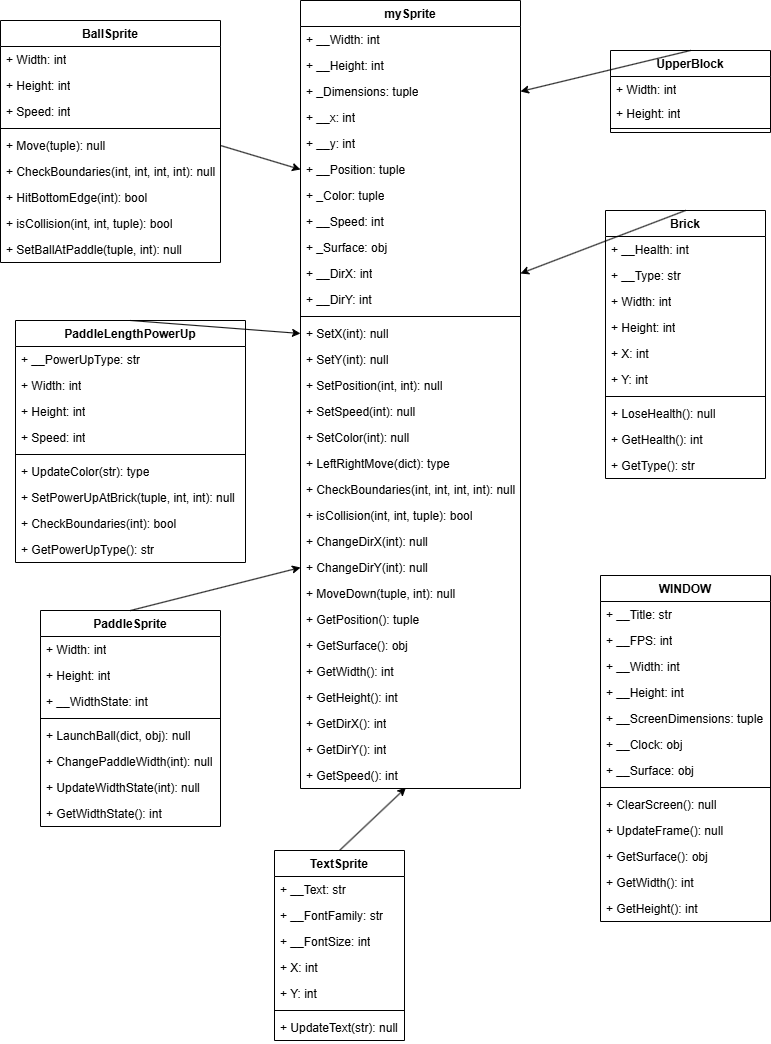
Above: Images/Brick Breaker UML Tables.drawio.png in IJustinChan/Brick-Breaker (draw.io), before the change. Source tidied: cells renumbered, new cells last; positions are measured from the earlier drawing's top-left corner, leaving out a move shared by most shapes.
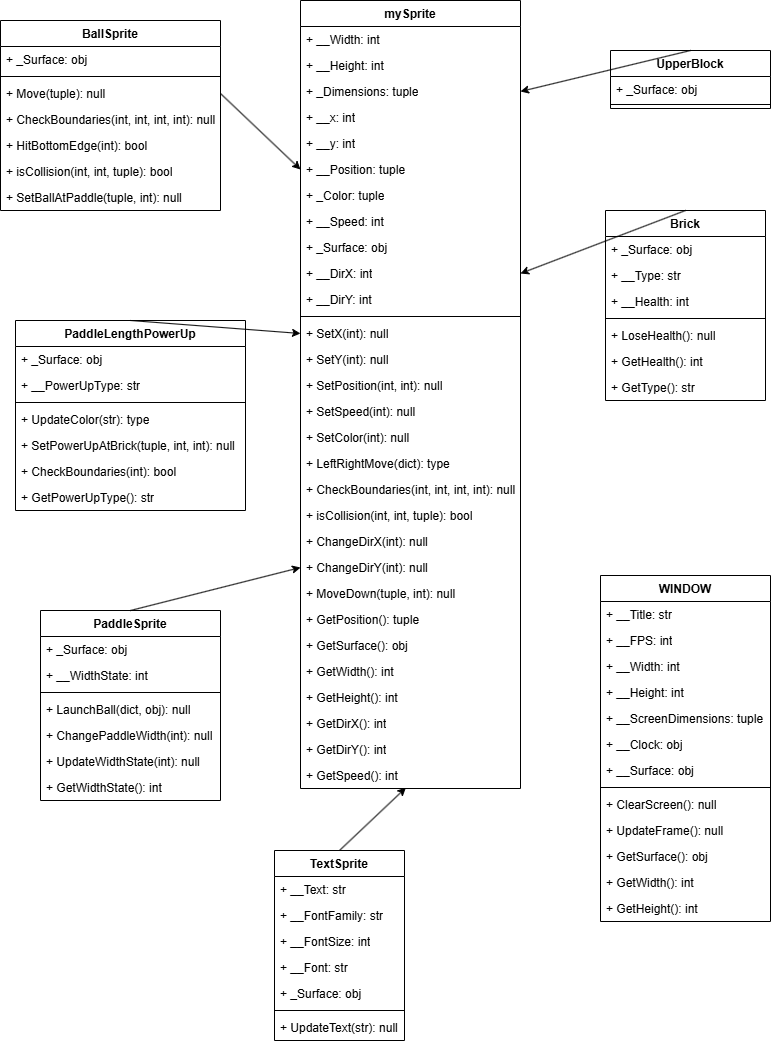
The same file after the commit.

Commit message:
edited flowchart and uml tables

Change to the diagram source:
```diff
@@ -138,34 +138,28 @@
       <mxGeometry y="320" width="170" height="26" as="geometry" />
     </mxCell>
     <mxCell id="47" value="BallSprite" style="swimlane;fontStyle=1;align=center;verticalAlign=top;horizontal=1;startSize=26;whiteSpace=wrap;html=1;" parent="1" vertex="1">
-      <mxGeometry y="20" width="220" height="242" as="geometry" />
+      <mxGeometry y="20" width="220" height="190" as="geometry" />
     </mxCell>
-    <mxCell id="48" value="+ Width: int" style="text;strokeColor=none;fillColor=none;align=left;verticalAlign=top;spacingLeft=4;spacingRight=4;overflow=hidden;whiteSpace=wrap;html=1;" parent="47" vertex="1">
-      <mxGeometry y="26" width="220" height="26" as="geometry" />
-    </mxCell>
-    <mxCell id="49" value="+ Height: int" style="text;strokeColor=none;fillColor=none;align=left;verticalAlign=top;spacingLeft=4;spacingRight=4;overflow=hidden;whiteSpace=wrap;html=1;" parent="47" vertex="1">
-      <mxGeometry y="52" width="220" height="26" as="geometry" />
+    <mxCell id="49" value="+ _Surface: obj" style="text;strokeColor=none;fillColor=none;align=left;verticalAlign=top;spacingLeft=4;spacingRight=4;overflow=hidden;whiteSpace=wrap;html=1;" parent="47" vertex="1">
+      <mxGeometry y="26" width="220" height="26" as="geometry" />
     </mxCell>
-    <mxCell id="50" value="+ Speed: int" style="text;strokeColor=none;fillColor=none;align=left;verticalAlign=top;spacingLeft=4;spacingRight=4;overflow=hidden;whiteSpace=wrap;html=1;" parent="47" vertex="1">
-      <mxGeometry y="78" width="220" height="26" as="geometry" />
-    </mxCell>
     <mxCell id="51" style="line;strokeWidth=1;fillColor=none;align=left;verticalAlign=middle;spacingTop=-1;spacingLeft=3;spacingRight=3;labelPosition=right;strokeColor=inherit;" parent="47" vertex="1">
-      <mxGeometry y="104" width="220" height="8" as="geometry" />
+      <mxGeometry y="52" width="220" height="8" as="geometry" />
     </mxCell>
     <mxCell id="52" value="+ Move(tuple): null" style="text;strokeColor=none;fillColor=none;align=left;verticalAlign=top;spacingLeft=4;spacingRight=4;overflow=hidden;points=[[0,0.5],[1,0.5]];portConstraint=eastwest;whiteSpace=wrap;html=1;" parent="47" vertex="1">
-      <mxGeometry y="112" width="220" height="26" as="geometry" />
+      <mxGeometry y="60" width="220" height="26" as="geometry" />
     </mxCell>
     <mxCell id="53" value="+ CheckBoundaries(int, int, int, int): null" style="text;strokeColor=none;fillColor=none;align=left;verticalAlign=top;spacingLeft=4;spacingRight=4;overflow=hidden;whiteSpace=wrap;html=1;" parent="47" vertex="1">
-      <mxGeometry y="138" width="220" height="26" as="geometry" />
+      <mxGeometry y="86" width="220" height="26" as="geometry" />
     </mxCell>
     <mxCell id="54" value="+ HitBottomEdge(int): bool" style="text;strokeColor=none;fillColor=none;align=left;verticalAlign=top;spacingLeft=4;spacingRight=4;overflow=hidden;whiteSpace=wrap;html=1;" parent="47" vertex="1">
-      <mxGeometry y="164" width="220" height="26" as="geometry" />
+      <mxGeometry y="112" width="220" height="26" as="geometry" />
     </mxCell>
     <mxCell id="55" value="+ isCollision(int, int, tuple): bool" style="text;strokeColor=none;fillColor=none;align=left;verticalAlign=top;spacingLeft=4;spacingRight=4;overflow=hidden;whiteSpace=wrap;html=1;" parent="47" vertex="1">
-      <mxGeometry y="190" width="220" height="26" as="geometry" />
+      <mxGeometry y="138" width="220" height="26" as="geometry" />
     </mxCell>
     <mxCell id="56" value="+ SetBallAtPaddle(tuple, int): null" style="text;strokeColor=none;fillColor=none;align=left;verticalAlign=top;spacingLeft=4;spacingRight=4;overflow=hidden;whiteSpace=wrap;html=1;" parent="47" vertex="1">
-      <mxGeometry y="216" width="220" height="26" as="geometry" />
+      <mxGeometry y="164" width="220" height="26" as="geometry" />
     </mxCell>
     <mxCell id="57" value="TextSprite" style="swimlane;fontStyle=1;align=center;verticalAlign=top;horizontal=1;startSize=26;whiteSpace=wrap;html=1;" parent="1" vertex="1">
       <mxGeometry x="274" y="850" width="130" height="190" as="geometry" />
@@ -176,15 +170,15 @@
     <mxCell id="59" value="+ __FontFamily: str" style="text;strokeColor=none;fillColor=none;align=left;verticalAlign=top;spacingLeft=4;spacingRight=4;overflow=hidden;whiteSpace=wrap;html=1;" parent="57" vertex="1">
       <mxGeometry y="52" width="130" height="26" as="geometry" />
     </mxCell>
+    <mxCell id="105" value="+ __FontSize: int" style="text;strokeColor=none;fillColor=none;align=left;verticalAlign=top;spacingLeft=4;spacingRight=4;overflow=hidden;whiteSpace=wrap;html=1;" parent="57" vertex="1">
+      <mxGeometry y="78" width="130" height="26" as="geometry" />
+    </mxCell>
-    <mxCell id="60" value="+ __FontSize: int" style="text;strokeColor=none;fillColor=none;align=left;verticalAlign=top;spacingLeft=4;spacingRight=4;overflow=hidden;whiteSpace=wrap;html=1;" parent="57" vertex="1">
-      <mxGeometry y="78" width="130" height="26" as="geometry" />
+    <mxCell id="60" value="+ __Font: str" style="text;strokeColor=none;fillColor=none;align=left;verticalAlign=top;spacingLeft=4;spacingRight=4;overflow=hidden;whiteSpace=wrap;html=1;" parent="57" vertex="1">
+      <mxGeometry y="104" width="130" height="26" as="geometry" />
     </mxCell>
-    <mxCell id="61" value="+ X: int" style="text;strokeColor=none;fillColor=none;align=left;verticalAlign=top;spacingLeft=4;spacingRight=4;overflow=hidden;whiteSpace=wrap;html=1;" parent="57" vertex="1">
-      <mxGeometry y="104" width="130" height="26" as="geometry" />
-    </mxCell>
-    <mxCell id="62" value="+ Y: int" style="text;strokeColor=none;fillColor=none;align=left;verticalAlign=top;spacingLeft=4;spacingRight=4;overflow=hidden;whiteSpace=wrap;html=1;" parent="57" vertex="1">
-      <mxGeometry y="130" width="130" height="26" as="geometry" />
-    </mxCell>
+    <mxCell id="106" value="+ _Surface: obj" style="text;strokeColor=none;fillColor=none;align=left;verticalAlign=top;spacingLeft=4;spacingRight=4;overflow=hidden;whiteSpace=wrap;html=1;" parent="57" vertex="1">
+      <mxGeometry y="130" width="130" height="26" as="geometry" />
+    </mxCell>
     <mxCell id="63" style="line;strokeWidth=1;fillColor=none;align=left;verticalAlign=middle;spacingTop=-1;spacingLeft=3;spacingRight=3;labelPosition=right;strokeColor=inherit;" parent="57" vertex="1">
       <mxGeometry y="156" width="130" height="8" as="geometry" />
     </mxCell>
@@ -192,106 +186,85 @@
       <mxGeometry y="164" width="130" height="26" as="geometry" />
     </mxCell>
     <mxCell id="65" value="PaddleSprite" style="swimlane;fontStyle=1;align=center;verticalAlign=top;horizontal=1;startSize=26;whiteSpace=wrap;html=1;" parent="1" vertex="1">
-      <mxGeometry x="40" y="610" width="180" height="216" as="geometry" />
+      <mxGeometry x="40" y="610" width="180" height="190" as="geometry" />
     </mxCell>
-    <mxCell id="66" value="+ Width: int" style="text;strokeColor=none;fillColor=none;align=left;verticalAlign=top;spacingLeft=4;spacingRight=4;overflow=hidden;whiteSpace=wrap;html=1;" parent="65" vertex="1">
+    <mxCell id="66" value="+ _Surface: obj" style="text;strokeColor=none;fillColor=none;align=left;verticalAlign=top;spacingLeft=4;spacingRight=4;overflow=hidden;whiteSpace=wrap;html=1;" parent="65" vertex="1">
       <mxGeometry y="26" width="180" height="26" as="geometry" />
     </mxCell>
-    <mxCell id="67" value="+ Height: int" style="text;strokeColor=none;fillColor=none;align=left;verticalAlign=top;spacingLeft=4;spacingRight=4;overflow=hidden;whiteSpace=wrap;html=1;" parent="65" vertex="1">
-      <mxGeometry y="52" width="180" height="26" as="geometry" />
-    </mxCell>
     <mxCell id="68" value="+ __WidthState: int" style="text;strokeColor=none;fillColor=none;align=left;verticalAlign=top;spacingLeft=4;spacingRight=4;overflow=hidden;whiteSpace=wrap;html=1;" parent="65" vertex="1">
-      <mxGeometry y="78" width="180" height="26" as="geometry" />
+      <mxGeometry y="52" width="180" height="26" as="geometry" />
     </mxCell>
     <mxCell id="69" style="line;strokeWidth=1;fillColor=none;align=left;verticalAlign=middle;spacingTop=-1;spacingLeft=3;spacingRight=3;labelPosition=right;strokeColor=inherit;" parent="65" vertex="1">
-      <mxGeometry y="104" width="180" height="8" as="geometry" />
+      <mxGeometry y="78" width="180" height="8" as="geometry" />
     </mxCell>
     <mxCell id="70" value="+ LaunchBall(dict, obj): null" style="text;strokeColor=none;fillColor=none;align=left;verticalAlign=top;spacingLeft=4;spacingRight=4;overflow=hidden;whiteSpace=wrap;html=1;" parent="65" vertex="1">
-      <mxGeometry y="112" width="180" height="26" as="geometry" />
+      <mxGeometry y="86" width="180" height="26" as="geometry" />
     </mxCell>
     <mxCell id="71" value="+ ChangePaddleWidth(int): null" style="text;strokeColor=none;fillColor=none;align=left;verticalAlign=top;spacingLeft=4;spacingRight=4;overflow=hidden;whiteSpace=wrap;html=1;" parent="65" vertex="1">
-      <mxGeometry y="138" width="180" height="26" as="geometry" />
+      <mxGeometry y="112" width="180" height="26" as="geometry" />
     </mxCell>
     <mxCell id="72" value="+ UpdateWidthState(int): null" style="text;strokeColor=none;fillColor=none;align=left;verticalAlign=top;spacingLeft=4;spacingRight=4;overflow=hidden;whiteSpace=wrap;html=1;" parent="65" vertex="1">
-      <mxGeometry y="164" width="180" height="26" as="geometry" />
+      <mxGeometry y="138" width="180" height="26" as="geometry" />
     </mxCell>
     <mxCell id="73" value="+ GetWidthState(): int" style="text;strokeColor=none;fillColor=none;align=left;verticalAlign=top;spacingLeft=4;spacingRight=4;overflow=hidden;whiteSpace=wrap;html=1;" parent="65" vertex="1">
-      <mxGeometry y="190" width="180" height="26" as="geometry" />
+      <mxGeometry y="164" width="180" height="26" as="geometry" />
     </mxCell>
     <mxCell id="74" value="Brick" style="swimlane;fontStyle=1;align=center;verticalAlign=top;horizontal=1;startSize=26;whiteSpace=wrap;html=1;" parent="1" vertex="1">
-      <mxGeometry x="605" y="210" width="160" height="268" as="geometry" />
+      <mxGeometry x="605" y="210" width="160" height="190" as="geometry" />
     </mxCell>
+    <mxCell id="107" value="+ _Surface: obj" style="text;strokeColor=none;fillColor=none;align=left;verticalAlign=top;spacingLeft=4;spacingRight=4;overflow=hidden;whiteSpace=wrap;html=1;" parent="74" vertex="1">
+      <mxGeometry y="26" width="160" height="26" as="geometry" />
+    </mxCell>
+    <mxCell id="76" value="+ __Type: str" style="text;strokeColor=none;fillColor=none;align=left;verticalAlign=top;spacingLeft=4;spacingRight=4;overflow=hidden;whiteSpace=wrap;html=1;" parent="74" vertex="1">
+      <mxGeometry y="52" width="160" height="26" as="geometry" />
+    </mxCell>
     <mxCell id="75" value="+ __Health: int" style="text;strokeColor=none;fillColor=none;align=left;verticalAlign=top;spacingLeft=4;spacingRight=4;overflow=hidden;whiteSpace=wrap;html=1;" parent="74" vertex="1">
-      <mxGeometry y="26" width="160" height="26" as="geometry" />
+      <mxGeometry y="78" width="160" height="26" as="geometry" />
     </mxCell>
-    <mxCell id="76" value="+ __Type: str" style="text;strokeColor=none;fillColor=none;align=left;verticalAlign=top;spacingLeft=4;spacingRight=4;overflow=hidden;whiteSpace=wrap;html=1;" parent="74" vertex="1">
-      <mxGeometry y="52" width="160" height="26" as="geometry" />
-    </mxCell>
-    <mxCell id="77" value="+ Width: int" style="text;strokeColor=none;fillColor=none;align=left;verticalAlign=top;spacingLeft=4;spacingRight=4;overflow=hidden;whiteSpace=wrap;html=1;" parent="74" vertex="1">
-      <mxGeometry y="78" width="160" height="26" as="geometry" />
-    </mxCell>
-    <mxCell id="78" value="+ Height: int" style="text;strokeColor=none;fillColor=none;align=left;verticalAlign=top;spacingLeft=4;spacingRight=4;overflow=hidden;whiteSpace=wrap;html=1;" parent="74" vertex="1">
-      <mxGeometry y="104" width="160" height="26" as="geometry" />
-    </mxCell>
-    <mxCell id="79" value="+ X: int" style="text;strokeColor=none;fillColor=none;align=left;verticalAlign=top;spacingLeft=4;spacingRight=4;overflow=hidden;whiteSpace=wrap;html=1;" parent="74" vertex="1">
-      <mxGeometry y="130" width="160" height="26" as="geometry" />
-    </mxCell>
-    <mxCell id="80" value="+ Y: int" style="text;strokeColor=none;fillColor=none;align=left;verticalAlign=top;spacingLeft=4;spacingRight=4;overflow=hidden;whiteSpace=wrap;html=1;" parent="74" vertex="1">
-      <mxGeometry y="156" width="160" height="26" as="geometry" />
-    </mxCell>
     <mxCell id="81" style="line;strokeWidth=1;fillColor=none;align=left;verticalAlign=middle;spacingTop=-1;spacingLeft=3;spacingRight=3;labelPosition=right;strokeColor=inherit;" parent="74" vertex="1">
-      <mxGeometry y="182" width="160" height="8" as="geometry" />
+      <mxGeometry y="104" width="160" height="8" as="geometry" />
     </mxCell>
     <mxCell id="82" value="+ LoseHealth(): null" style="text;strokeColor=none;fillColor=none;align=left;verticalAlign=top;spacingLeft=4;spacingRight=4;overflow=hidden;whiteSpace=wrap;html=1;" parent="74" vertex="1">
-      <mxGeometry y="190" width="160" height="26" as="geometry" />
+      <mxGeometry y="112" width="160" height="26" as="geometry" />
     </mxCell>
     <mxCell id="83" value="+ GetHealth(): int" style="text;strokeColor=none;fillColor=none;align=left;verticalAlign=top;spacingLeft=4;spacingRight=4;overflow=hidden;whiteSpace=wrap;html=1;" parent="74" vertex="1">
-      <mxGeometry y="216" width="160" height="26" as="geometry" />
+      <mxGeometry y="138" width="160" height="26" as="geometry" />
     </mxCell>
     <mxCell id="84" value="+ GetType(): str" style="text;strokeColor=none;fillColor=none;align=left;verticalAlign=top;spacingLeft=4;spacingRight=4;overflow=hidden;whiteSpace=wrap;html=1;" parent="74" vertex="1">
-      <mxGeometry y="242" width="160" height="26" as="geometry" />
+      <mxGeometry y="164" width="160" height="26" as="geometry" />
     </mxCell>
     <mxCell id="85" value="UpperBlock" style="swimlane;fontStyle=1;align=center;verticalAlign=top;horizontal=1;startSize=26;whiteSpace=wrap;html=1;" parent="1" vertex="1">
-      <mxGeometry x="610" y="50" width="160" height="82" as="geometry" />
+      <mxGeometry x="610" y="50" width="160" height="58" as="geometry" />
     </mxCell>
-    <mxCell id="86" value="+ Width: int" style="text;strokeColor=none;fillColor=none;align=left;verticalAlign=top;spacingLeft=4;spacingRight=4;overflow=hidden;whiteSpace=wrap;html=1;" parent="85" vertex="1">
+    <mxCell id="86" value="+ _Surface: obj" style="text;strokeColor=none;fillColor=none;align=left;verticalAlign=top;spacingLeft=4;spacingRight=4;overflow=hidden;whiteSpace=wrap;html=1;" parent="85" vertex="1">
       <mxGeometry y="26" width="160" height="24" as="geometry" />
     </mxCell>
-    <mxCell id="87" value="+ Height: int" style="text;strokeColor=none;fillColor=none;align=left;verticalAlign=top;spacingLeft=4;spacingRight=4;overflow=hidden;whiteSpace=wrap;html=1;" parent="85" vertex="1">
-      <mxGeometry y="50" width="160" height="24" as="geometry" />
-    </mxCell>
     <mxCell id="88" style="line;strokeWidth=1;fillColor=none;align=left;verticalAlign=middle;spacingTop=-1;spacingLeft=3;spacingRight=3;labelPosition=right;strokeColor=inherit;" parent="85" vertex="1">
-      <mxGeometry y="74" width="160" height="8" as="geometry" />
+      <mxGeometry y="50" width="160" height="8" as="geometry" />
     </mxCell>
     <mxCell id="89" value="PaddleLengthPowerUp" style="swimlane;fontStyle=1;align=center;verticalAlign=top;horizontal=1;startSize=26;whiteSpace=wrap;html=1;" parent="1" vertex="1">
-      <mxGeometry x="15" y="320" width="230" height="242" as="geometry" />
+      <mxGeometry x="15" y="320" width="230" height="190" as="geometry" />
     </mxCell>
-    <mxCell id="90" value="+ __PowerUpType: str" style="text;strokeColor=none;fillColor=none;align=left;verticalAlign=top;spacingLeft=4;spacingRight=4;overflow=hidden;whiteSpace=wrap;html=1;" parent="89" vertex="1">
+    <mxCell id="90" value="+ _Surface: obj" style="text;strokeColor=none;fillColor=none;align=left;verticalAlign=top;spacingLeft=4;spacingRight=4;overflow=hidden;whiteSpace=wrap;html=1;" parent="89" vertex="1">
       <mxGeometry y="26" width="230" height="26" as="geometry" />
     </mxCell>
-    <mxCell id="91" value="+ Width: int" style="text;strokeColor=none;fillColor=none;align=left;verticalAlign=top;spacingLeft=4;spacingRight=4;overflow=hidden;whiteSpace=wrap;html=1;" parent="89" vertex="1">
-      <mxGeometry y="52" width="230" height="26" as="geometry" />
-    </mxCell>
-    <mxCell id="92" value="+ Height: int" style="text;strokeColor=none;fillColor=none;align=left;verticalAlign=top;spacingLeft=4;spacingRight=4;overflow=hidden;whiteSpace=wrap;html=1;" parent="89" vertex="1">
-      <mxGeometry y="78" width="230" height="26" as="geometry" />
-    </mxCell>
-    <mxCell id="93" value="+ Speed: int" style="text;strokeColor=none;fillColor=none;align=left;verticalAlign=top;spacingLeft=4;spacingRight=4;overflow=hidden;whiteSpace=wrap;html=1;" parent="89" vertex="1">
-      <mxGeometry y="104" width="230" height="26" as="geometry" />
-    </mxCell>
+    <mxCell id="108" value="+ __PowerUpType: str" style="text;strokeColor=none;fillColor=none;align=left;verticalAlign=top;spacingLeft=4;spacingRight=4;overflow=hidden;whiteSpace=wrap;html=1;" parent="89" vertex="1">
+      <mxGeometry y="52" width="230" height="26" as="geometry" />
+    </mxCell>
     <mxCell id="94" style="line;strokeWidth=1;fillColor=none;align=left;verticalAlign=middle;spacingTop=-1;spacingLeft=3;spacingRight=3;labelPosition=right;strokeColor=inherit;" parent="89" vertex="1">
-      <mxGeometry y="130" width="230" height="8" as="geometry" />
+      <mxGeometry y="78" width="230" height="8" as="geometry" />
     </mxCell>
     <mxCell id="95" value="+ UpdateColor(str): type" style="text;strokeColor=none;fillColor=none;align=left;verticalAlign=top;spacingLeft=4;spacingRight=4;overflow=hidden;whiteSpace=wrap;html=1;" parent="89" vertex="1">
-      <mxGeometry y="138" width="230" height="26" as="geometry" />
+      <mxGeometry y="86" width="230" height="26" as="geometry" />
     </mxCell>
     <mxCell id="96" value="+ SetPowerUpAtBrick(tuple, int, int): null" style="text;strokeColor=none;fillColor=none;align=left;verticalAlign=top;spacingLeft=4;spacingRight=4;overflow=hidden;whiteSpace=wrap;html=1;" parent="89" vertex="1">
-      <mxGeometry y="164" width="230" height="26" as="geometry" />
+      <mxGeometry y="112" width="230" height="26" as="geometry" />
     </mxCell>
     <mxCell id="97" value="+ CheckBoundaries(int): bool" style="text;strokeColor=none;fillColor=none;align=left;verticalAlign=top;spacingLeft=4;spacingRight=4;overflow=hidden;whiteSpace=wrap;html=1;" parent="89" vertex="1">
-      <mxGeometry y="190" width="230" height="26" as="geometry" />
+      <mxGeometry y="138" width="230" height="26" as="geometry" />
     </mxCell>
     <mxCell id="98" value="+ GetPowerUpType(): str" style="text;strokeColor=none;fillColor=none;align=left;verticalAlign=top;spacingLeft=4;spacingRight=4;overflow=hidden;whiteSpace=wrap;html=1;" parent="89" vertex="1">
-      <mxGeometry y="216" width="230" height="26" as="geometry" />
+      <mxGeometry y="164" width="230" height="26" as="geometry" />
     </mxCell>
     <mxCell id="99" style="endArrow=classic;html=1;rounded=0;exitX=1;exitY=0.5;exitDx=0;exitDy=0;entryX=0;entryY=0.5;entryDx=0;entryDy=0;" parent="1" edge="1" source="52" target="8">
       <mxGeometry relative="1" as="geometry" />
```
